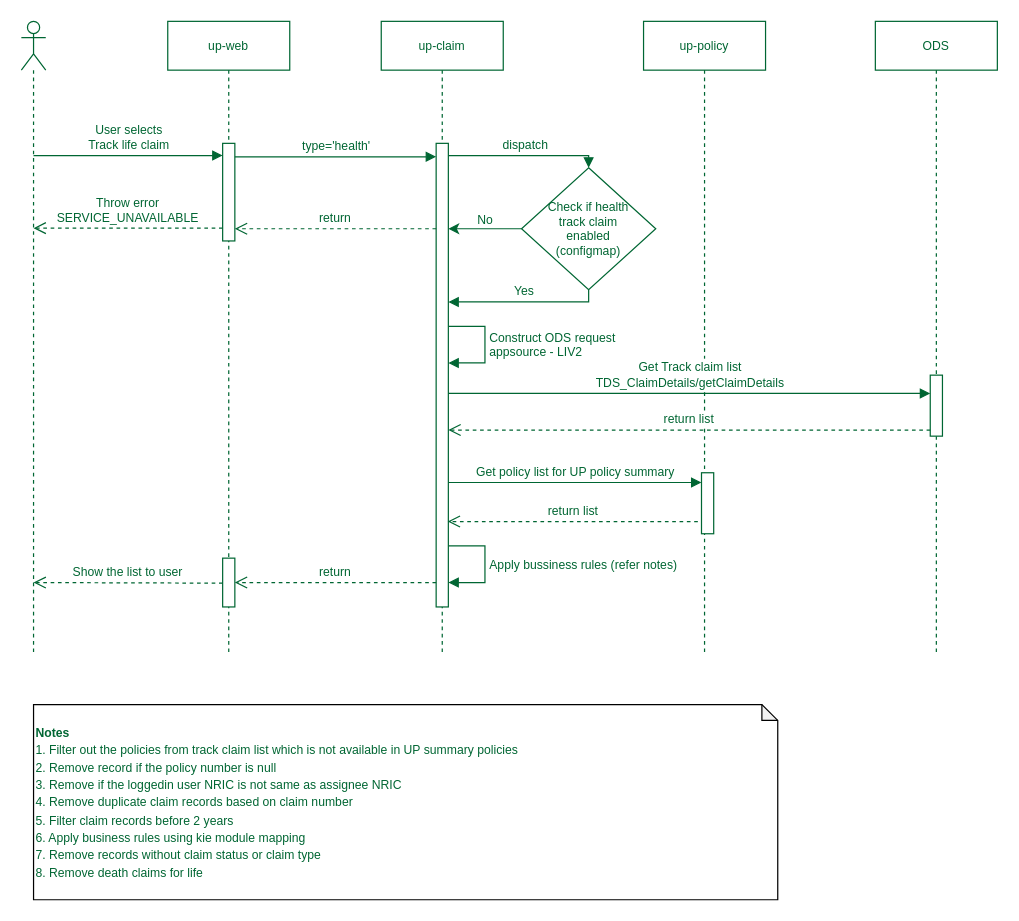
ajeeshraj56/drawio keeps this draw.io diagram as page "Health" (3 of 3) of Track-claim.drawio. Above is the earlier version. Source tidied: cells renumbered, new cells numbered last; positions are measured from the earlier drawing's top-left corner, leaving out a move shared by most shapes. Both pictures are drawn from the tidied source at 122%, with x=0, y=0 at pixel (21, 21).
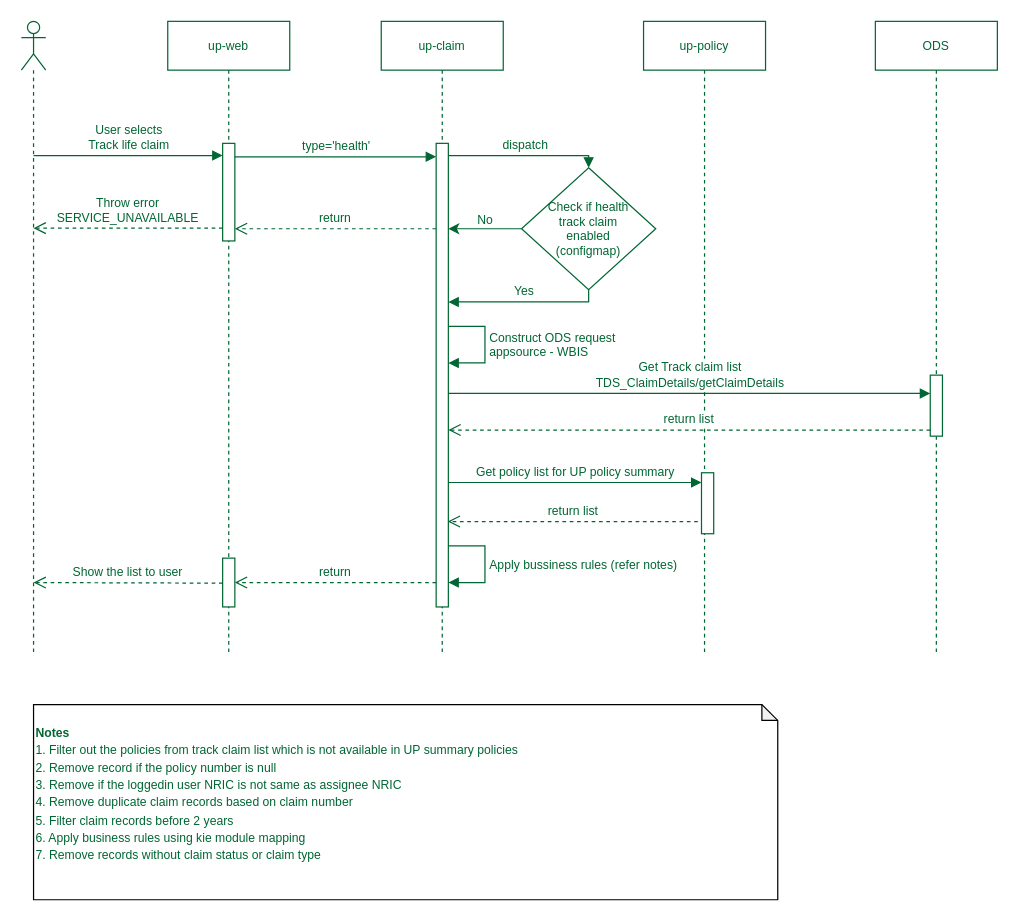
The same page after the edit.

The edit, as a diff of the source:
```diff
@@
-    <mxCell id="21" value="&lt;font style=&quot;font-size: 10px;&quot;&gt;Construct ODS request&lt;br style=&quot;font-size: 10px;&quot;&gt;appsource - LIV2&lt;/font&gt;" style="html=1;align=left;spacingLeft=2;endArrow=block;rounded=0;edgeStyle=orthogonalEdgeStyle;curved=0;rounded=0;strokeColor=#006633;fontColor=#006633;fontSize=10;" parent="1" edge="1">
+    <mxCell id="21" value="&lt;font style=&quot;font-size: 10px;&quot;&gt;Construct ODS request&lt;br style=&quot;font-size: 10px;&quot;&gt;appsource - WBIS&lt;/font&gt;" style="html=1;align=left;spacingLeft=2;endArrow=block;rounded=0;edgeStyle=orthogonalEdgeStyle;curved=0;rounded=0;strokeColor=#006633;fontColor=#006633;fontSize=10;" parent="1" edge="1">
       <mxGeometry relative="1" as="geometry">
         <mxPoint x="350" y="250" as="sourcePoint" />
         <mxPoint x="350" y="280" as="targetPoint" />
         <Array as="points">
           <mxPoint x="380" y="250" />
           <mxPoint x="380" y="280" />
         </Array>
       </mxGeometry>
     </mxCell>
@@
-    <mxCell id="29" value="&lt;font color=&quot;#006633&quot; style=&quot;font-size: 10px;&quot;&gt;&lt;b&gt;Notes&lt;/b&gt;&lt;br&gt;&lt;font style=&quot;font-size: 10px;&quot;&gt;1. Filter out the policies from track claim list whi&lt;span style=&quot;background-color: rgb(255, 255, 255);&quot;&gt;ch is not available in UP summary policies&lt;/span&gt;&lt;br style=&quot;border-color: var(--border-color); background-color: rgb(255, 255, 255);&quot;&gt;&lt;span style=&quot;background-color: rgb(255, 255, 255);&quot;&gt;2. Remove record if the policy number is null&lt;/span&gt;&lt;/font&gt;&lt;br&gt;3. Remove if the loggedin user NRIC is not same as assignee NRIC&lt;font style=&quot;border-color: var(--border-color); font-size: 10px;&quot;&gt;&lt;br style=&quot;border-color: var(--border-color);&quot;&gt;&lt;/font&gt;&lt;span style=&quot;border-color: var(--border-color);&quot;&gt;4.&amp;nbsp;&lt;/span&gt;Remove duplicate claim records based on claim number&lt;br&gt;5. Filter claim records before 2 years&lt;br&gt;6. Apply business rules using kie module mapping&lt;br&gt;7. Remove records without claim status or claim type&lt;br&gt;8. Remove death claims for life&amp;nbsp;&lt;/font&gt;" style="shape=note;whiteSpace=wrap;html=1;backgroundOutline=1;darkOpacity=0.05;size=13;align=left;" parent="1" vertex="1">
+    <mxCell id="29" value="&lt;font color=&quot;#006633&quot; style=&quot;font-size: 10px;&quot;&gt;&lt;b&gt;Notes&lt;/b&gt;&lt;br&gt;&lt;font style=&quot;font-size: 10px;&quot;&gt;1. Filter out the policies from track claim list whi&lt;span style=&quot;background-color: rgb(255, 255, 255);&quot;&gt;ch is not available in UP summary policies&lt;/span&gt;&lt;br style=&quot;border-color: var(--border-color); background-color: rgb(255, 255, 255);&quot;&gt;&lt;span style=&quot;background-color: rgb(255, 255, 255);&quot;&gt;2. Remove record if the policy number is null&lt;/span&gt;&lt;/font&gt;&lt;br&gt;3. Remove if the loggedin user NRIC is not same as assignee NRIC&lt;font style=&quot;border-color: var(--border-color); font-size: 10px;&quot;&gt;&lt;br style=&quot;border-color: var(--border-color);&quot;&gt;&lt;/font&gt;&lt;span style=&quot;border-color: var(--border-color);&quot;&gt;4.&amp;nbsp;&lt;/span&gt;Remove duplicate claim records based on claim number&lt;br&gt;5. Filter claim records before 2 years&lt;br&gt;6. Apply business rules using kie module mapping&lt;br&gt;7. Remove records without claim status or claim type&lt;br&gt;&lt;br&gt;&lt;/font&gt;" style="shape=note;whiteSpace=wrap;html=1;backgroundOutline=1;darkOpacity=0.05;size=13;align=left;" parent="1" vertex="1">
       <mxGeometry x="10" y="560" width="610" height="160" as="geometry" />
     </mxCell>
```
